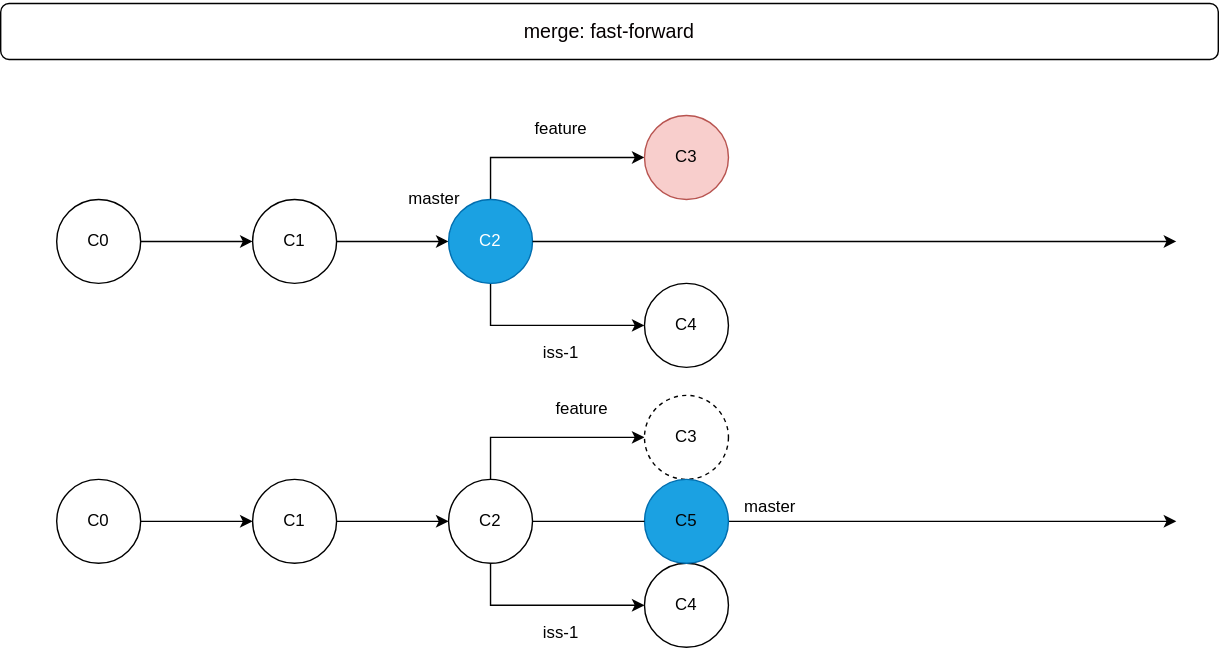
The draw.io diagram 03-工作环境/images/merge.svg in cd-home/Root, before a commit. Source tidied: cells renumbered, new cells last; positions are measured from the earlier drawing's top-left corner, leaving out a move shared by most shapes.
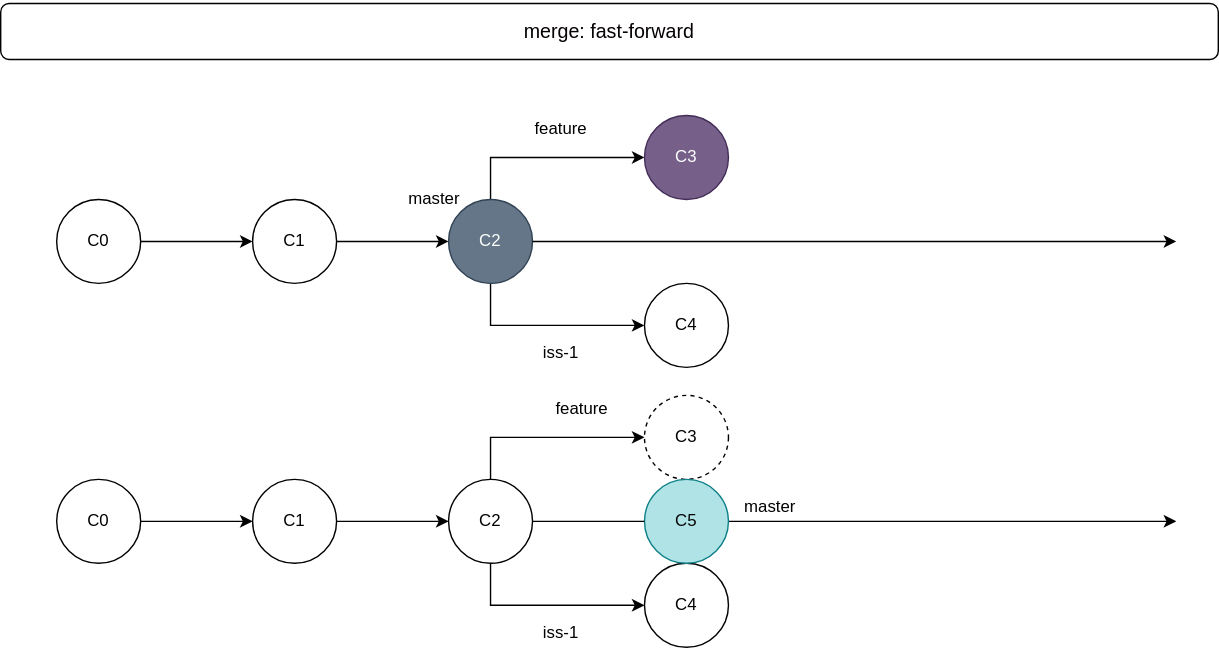
The same diagram one commit later.

Diff of the diagram source:
```diff
@@ -31,13 +31,13 @@
         </Array>
       </mxGeometry>
     </mxCell>
-    <mxCell id="9" value="C2" style="ellipse;whiteSpace=wrap;html=1;fillColor=#1ba1e2;strokeColor=#006EAF;fontColor=#ffffff;" parent="1" vertex="1">
+    <mxCell id="9" value="C2" style="ellipse;whiteSpace=wrap;html=1;fillColor=#647687;strokeColor=#314354;fontColor=#ffffff;" parent="1" vertex="1">
       <mxGeometry x="320" y="140" width="60" height="60" as="geometry" />
     </mxCell>
     <mxCell id="10" value="C4" style="ellipse;whiteSpace=wrap;html=1;fillColor=#FFFFFF;" parent="1" vertex="1">
       <mxGeometry x="460" y="200" width="60" height="60" as="geometry" />
     </mxCell>
-    <mxCell id="11" value="C3" style="ellipse;whiteSpace=wrap;html=1;fillColor=#f8cecc;strokeColor=#b85450;" parent="1" vertex="1">
+    <mxCell id="11" value="C3" style="ellipse;whiteSpace=wrap;html=1;fillColor=#76608a;strokeColor=#432D57;fontColor=#ffffff;" parent="1" vertex="1">
       <mxGeometry x="460" y="80" width="60" height="60" as="geometry" />
     </mxCell>
     <mxCell id="12" value="master" style="text;html=1;strokeColor=none;fillColor=none;align=center;verticalAlign=middle;whiteSpace=wrap;rounded=0;" parent="1" vertex="1">
@@ -103,7 +103,7 @@
         <mxPoint x="840" y="370" as="targetPoint" />
       </mxGeometry>
     </mxCell>
-    <mxCell id="29" value="&lt;font color=&quot;#050505&quot;&gt;C5&lt;/font&gt;" style="ellipse;whiteSpace=wrap;html=1;fillColor=#1ba1e2;fontColor=#ffffff;strokeColor=#006EAF;" parent="1" vertex="1">
+    <mxCell id="29" value="&lt;font color=&quot;#050505&quot;&gt;C5&lt;/font&gt;" style="ellipse;whiteSpace=wrap;html=1;fillColor=#b0e3e6;strokeColor=#0e8088;" parent="1" vertex="1">
       <mxGeometry x="460" y="340" width="60" height="60" as="geometry" />
     </mxCell>
     <mxCell id="30" style="endArrow=none;html=1;rounded=0;exitX=1;exitY=0.5;exitDx=0;exitDy=0;" parent="1" edge="1" source="22" target="29">
```
